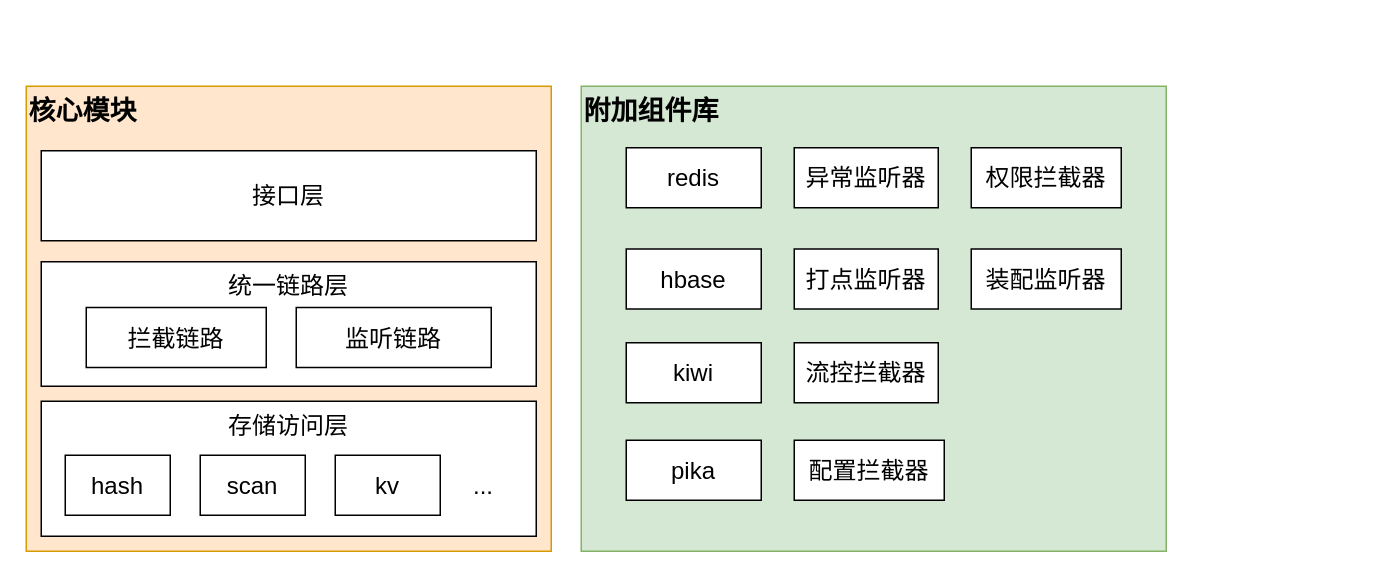
Before: 多模块设计.drawio in FlyThroughAir/DrawHere, a draw.io diagram. Source tidied: cells renumbered, new cells numbered last; positions are measured from the earlier drawing's top-left corner, leaving out a move shared by most shapes. Both pictures are drawn from the tidied source at 150%, with x=0, y=0 at pixel (26, 86).
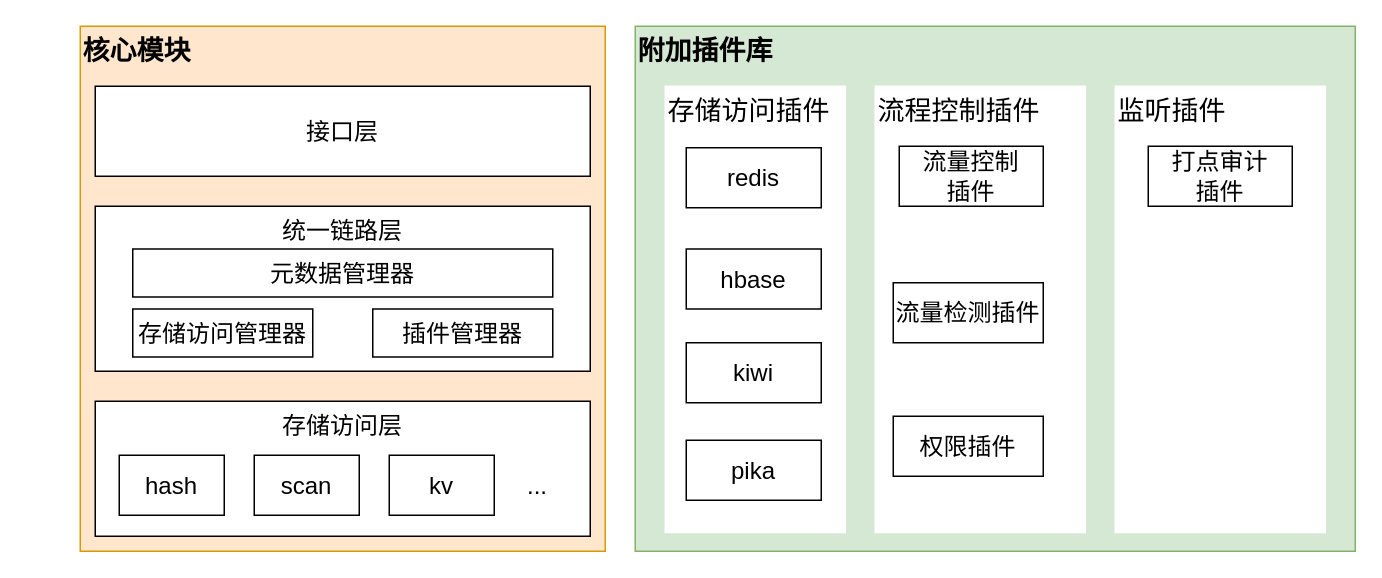
The same page after the edit.

Commit message:
Update 多模块设计.drawio

What changed in the source:
```diff
@@
-    <mxCell id="2" value="附加组件库" style="rounded=0;whiteSpace=wrap;html=1;verticalAlign=top;align=left;fontSize=18;fontStyle=1;fillColor=#d5e8d4;strokeColor=#82b366;" parent="1" vertex="1">
-      <mxGeometry x="370" width="390" height="310" as="geometry" />
+    <mxCell id="2" value="附加插件库" style="rounded=0;whiteSpace=wrap;html=1;verticalAlign=top;align=left;fontSize=18;fontStyle=1;fillColor=#d5e8d4;strokeColor=#82b366;" parent="1" vertex="1">
+      <mxGeometry x="406" y="-40" width="480" height="350" as="geometry" />
     </mxCell>
     <mxCell id="3" value="核心模块" style="rounded=0;whiteSpace=wrap;html=1;verticalAlign=top;align=left;fontSize=18;fontStyle=1;fillColor=#ffe6cc;strokeColor=#d79b00;" parent="1" vertex="1">
-      <mxGeometry width="350" height="310" as="geometry" />
+      <mxGeometry x="36" y="-40" width="350" height="350" as="geometry" />
     </mxCell>
     <mxCell id="4" value="统一链路层" style="rounded=0;whiteSpace=wrap;html=1;verticalAlign=top;fontSize=16;" parent="1" vertex="1">
-      <mxGeometry x="10" y="117" width="330" height="83" as="geometry" />
+      <mxGeometry x="46" y="80" width="330" height="110" as="geometry" />
     </mxCell>
     <mxCell id="5" value="存储访问层" style="rounded=0;whiteSpace=wrap;html=1;fontSize=16;verticalAlign=top;" parent="1" vertex="1">
-      <mxGeometry x="10" y="210" width="330" height="90" as="geometry" />
+      <mxGeometry x="46" y="210" width="330" height="90" as="geometry" />
     </mxCell>
-    <mxCell id="6" value="拦截链路" style="rounded=0;whiteSpace=wrap;html=1;fontSize=16;" parent="1" vertex="1">
-      <mxGeometry x="40" y="147.5" width="120" height="40" as="geometry" />
+    <mxCell id="6" value="存储访问管理器" style="rounded=0;whiteSpace=wrap;html=1;fontSize=16;" parent="1" vertex="1">
+      <mxGeometry x="71" y="148.5" width="120" height="32" as="geometry" />
     </mxCell>
-    <mxCell id="7" value="监听链路" style="rounded=0;whiteSpace=wrap;html=1;fontSize=16;" parent="1" vertex="1">
-      <mxGeometry x="180" y="147.5" width="130" height="40" as="geometry" />
-    </mxCell>
     <mxCell id="8" value="接口层" style="rounded=0;whiteSpace=wrap;html=1;fontSize=16;" parent="1" vertex="1">
-      <mxGeometry x="10" y="43" width="330" height="60" as="geometry" />
+      <mxGeometry x="46" width="330" height="60" as="geometry" />
     </mxCell>
+    <mxCell id="18" value="hash" style="rounded=0;whiteSpace=wrap;html=1;fontSize=16;" parent="1" vertex="1">
+      <mxGeometry x="62" y="246" width="70" height="40" as="geometry" />
+    </mxCell>
+    <mxCell id="19" value="scan" style="rounded=0;whiteSpace=wrap;html=1;fontSize=16;" parent="1" vertex="1">
+      <mxGeometry x="152" y="246" width="70" height="40" as="geometry" />
+    </mxCell>
+    <mxCell id="20" value="kv" style="rounded=0;whiteSpace=wrap;html=1;fontSize=16;" parent="1" vertex="1">
+      <mxGeometry x="242" y="246" width="70" height="40" as="geometry" />
+    </mxCell>
+    <mxCell id="21" value="..." style="rounded=0;whiteSpace=wrap;html=1;fontSize=16;strokeColor=#FFFFFF;" parent="1" vertex="1">
+      <mxGeometry x="316" y="246" width="50" height="40" as="geometry" />
+    </mxCell>
+    <mxCell id="23" value="流程控制插件" style="rounded=0;whiteSpace=wrap;html=1;fontSize=18;strokeColor=#FFFFFF;verticalAlign=top;align=left;" parent="1" vertex="1">
+      <mxGeometry x="566" width="140" height="297.5" as="geometry" />
+    </mxCell>
+    <mxCell id="13" value="权限插件" style="rounded=0;whiteSpace=wrap;html=1;fontSize=16;" parent="1" vertex="1">
+      <mxGeometry x="578" y="220" width="100" height="40" as="geometry" />
+    </mxCell>
+    <mxCell id="17" value="流量检测插件" style="rounded=0;whiteSpace=wrap;html=1;fontSize=16;" parent="1" vertex="1">
+      <mxGeometry x="578" y="131" width="100" height="40" as="geometry" />
+    </mxCell>
+    <mxCell id="24" value="存储访问插件" style="rounded=0;whiteSpace=wrap;html=1;fontSize=18;strokeColor=#FFFFFF;verticalAlign=top;align=left;" parent="1" vertex="1">
+      <mxGeometry x="426" width="120" height="297.5" as="geometry" />
+    </mxCell>
     <mxCell id="9" value="redis" style="rounded=0;whiteSpace=wrap;html=1;fontSize=16;" parent="1" vertex="1">
-      <mxGeometry x="400" y="41" width="90" height="40" as="geometry" />
+      <mxGeometry x="440" y="41" width="90" height="40" as="geometry" />
     </mxCell>
     <mxCell id="10" value="hbase" style="rounded=0;whiteSpace=wrap;html=1;fontSize=16;" parent="1" vertex="1">
-      <mxGeometry x="400" y="108.5" width="90" height="40" as="geometry" />
+      <mxGeometry x="440" y="108.5" width="90" height="40" as="geometry" />
     </mxCell>
     <mxCell id="11" value="kiwi" style="rounded=0;whiteSpace=wrap;html=1;fontSize=16;" parent="1" vertex="1">
-      <mxGeometry x="400" y="171" width="90" height="40" as="geometry" />
+      <mxGeometry x="440" y="171" width="90" height="40" as="geometry" />
     </mxCell>
     <mxCell id="12" value="pika" style="rounded=0;whiteSpace=wrap;html=1;fontSize=16;" parent="1" vertex="1">
-      <mxGeometry x="400" y="236" width="90" height="40" as="geometry" />
+      <mxGeometry x="440" y="236" width="90" height="40" as="geometry" />
     </mxCell>
-    <mxCell id="13" value="权限拦截器" style="rounded=0;whiteSpace=wrap;html=1;fontSize=16;" parent="1" vertex="1">
-      <mxGeometry x="630" y="41" width="100" height="40" as="geometry" />
-    </mxCell>
+    <mxCell id="25" value="插件管理器" style="rounded=0;whiteSpace=wrap;html=1;fontSize=16;" parent="1" vertex="1">
+      <mxGeometry x="231" y="148.5" width="120" height="32" as="geometry" />
+    </mxCell>
+    <mxCell id="26" value="元数据管理器" style="rounded=0;whiteSpace=wrap;html=1;fontSize=16;" parent="1" vertex="1">
+      <mxGeometry x="71" y="108.5" width="280" height="32" as="geometry" />
+    </mxCell>
+    <mxCell id="27" value="监听插件" style="rounded=0;whiteSpace=wrap;html=1;fontSize=18;strokeColor=#FFFFFF;verticalAlign=top;align=left;" parent="1" vertex="1">
+      <mxGeometry x="726" width="140" height="297.5" as="geometry" />
+    </mxCell>
-    <mxCell id="14" value="异常监听器" style="rounded=0;whiteSpace=wrap;html=1;fontSize=16;" parent="1" vertex="1">
-      <mxGeometry x="512" y="41" width="96" height="40" as="geometry" />
+    <mxCell id="14" value="流量控制&lt;br&gt;插件" style="rounded=0;whiteSpace=wrap;html=1;fontSize=16;" parent="1" vertex="1">
+      <mxGeometry x="582" y="40" width="96" height="40" as="geometry" />
     </mxCell>
-    <mxCell id="15" value="流控拦截器" style="rounded=0;whiteSpace=wrap;html=1;fontSize=16;" parent="1" vertex="1">
-      <mxGeometry x="512" y="171" width="96" height="40" as="geometry" />
-    </mxCell>
-    <mxCell id="16" value="装配监听器" style="rounded=0;whiteSpace=wrap;html=1;fontSize=16;" parent="1" vertex="1">
-      <mxGeometry x="630" y="108.5" width="100" height="40" as="geometry" />
-    </mxCell>
-    <mxCell id="17" value="配置拦截器" style="rounded=0;whiteSpace=wrap;html=1;fontSize=16;" parent="1" vertex="1">
-      <mxGeometry x="512" y="236" width="100" height="40" as="geometry" />
-    </mxCell>
-    <mxCell id="18" value="hash" style="rounded=0;whiteSpace=wrap;html=1;fontSize=16;" parent="1" vertex="1">
-      <mxGeometry x="26" y="246" width="70" height="40" as="geometry" />
-    </mxCell>
-    <mxCell id="19" value="scan" style="rounded=0;whiteSpace=wrap;html=1;fontSize=16;" parent="1" vertex="1">
-      <mxGeometry x="116" y="246" width="70" height="40" as="geometry" />
-    </mxCell>
-    <mxCell id="20" value="kv" style="rounded=0;whiteSpace=wrap;html=1;fontSize=16;" parent="1" vertex="1">
-      <mxGeometry x="206" y="246" width="70" height="40" as="geometry" />
-    </mxCell>
-    <mxCell id="21" value="..." style="rounded=0;whiteSpace=wrap;html=1;fontSize=16;strokeColor=#FFFFFF;" parent="1" vertex="1">
-      <mxGeometry x="280" y="246" width="50" height="40" as="geometry" />
-    </mxCell>
-    <mxCell id="22" value="打点监听器" style="rounded=0;whiteSpace=wrap;html=1;fontSize=16;" parent="1" vertex="1">
-      <mxGeometry x="512" y="108.5" width="96" height="40" as="geometry" />
+    <mxCell id="22" value="打点审计&lt;br&gt;插件" style="rounded=0;whiteSpace=wrap;html=1;fontSize=16;" parent="1" vertex="1">
+      <mxGeometry x="748" y="40" width="96" height="40" as="geometry" />
     </mxCell>
```
